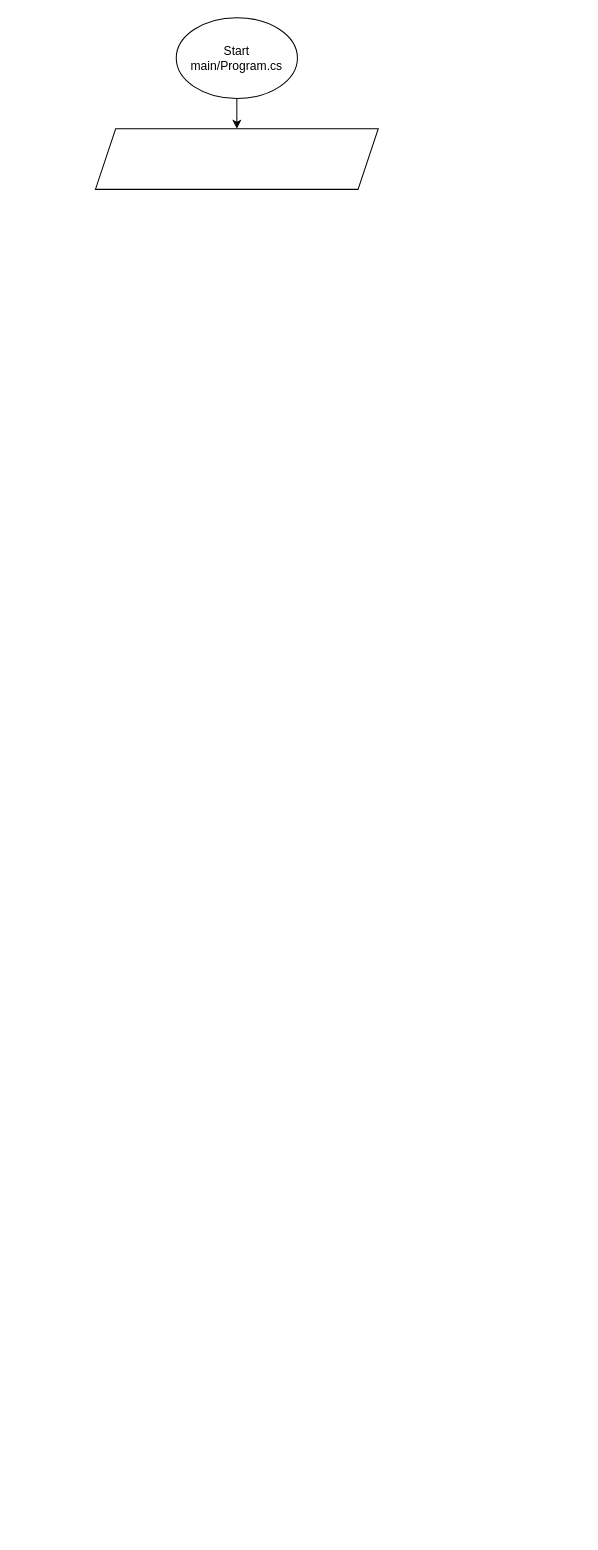
Above: Specialization_IyuninVA.drawio in iyuninva/Specialization_IyuninVA (draw.io), before the change. Source tidied: cells renumbered, new cells numbered last; positions are measured from the earlier drawing's top-left corner, leaving out a move shared by most shapes. Both pictures are drawn from the tidied source at 101%, with x=0, y=0 at pixel (95, 17).
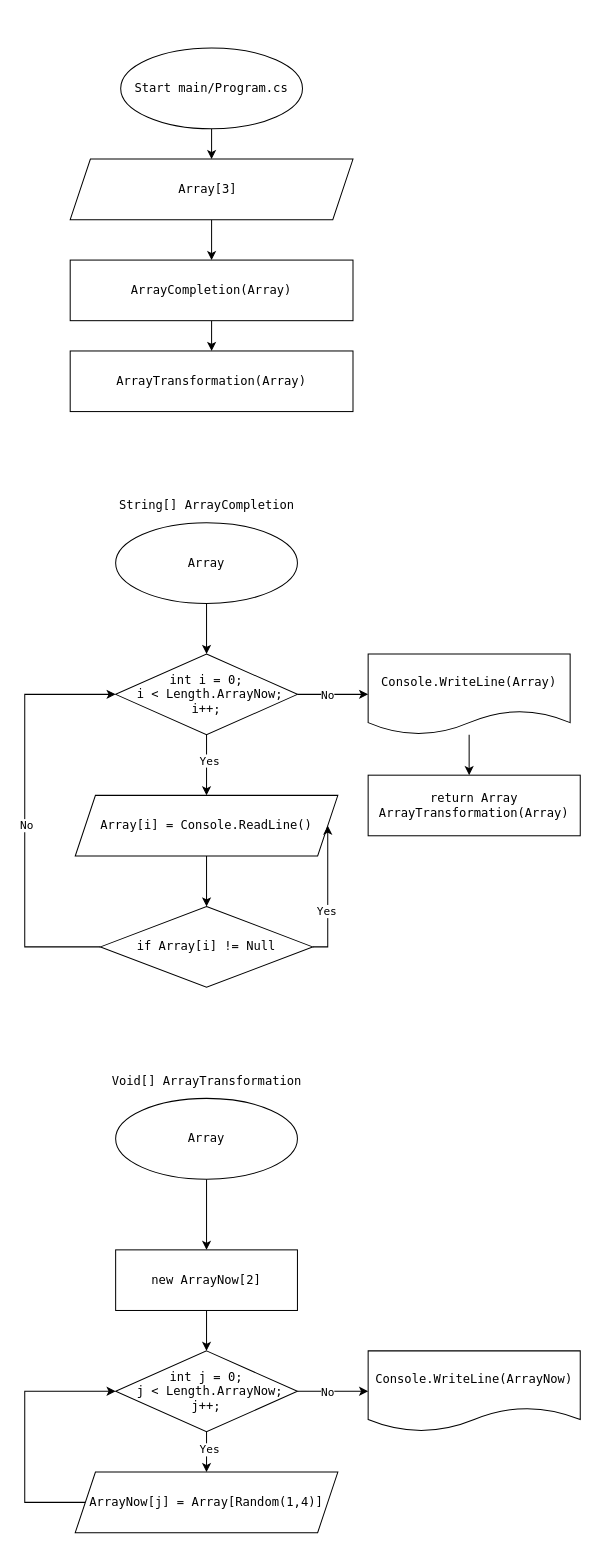
After the change.

Change to the diagram source:
```diff
@@
+    <mxCell id="5" style="edgeStyle=orthogonalEdgeStyle;rounded=0;jettySize=auto;html=1;entryX=0.5;entryY=0;entryDx=0;entryDy=0;fontFamily=Lucida Console;fontStyle=0;" parent="1" edge="1" source="2" target="20">
+      <mxGeometry relative="1" as="geometry" />
+    </mxCell>
-    <mxCell id="2" style="shape=parallelogram;perimeter=parallelogramPerimeter;whiteSpace=wrap;html=1;fixedSize=1;" parent="1" vertex="1">
-      <mxGeometry y="110" width="280" height="60" as="geometry" />
+    <mxCell id="2" value="Array[3]&amp;nbsp;" style="shape=parallelogram;perimeter=parallelogramPerimeter;whiteSpace=wrap;html=1;fixedSize=1;fontFamily=Lucida Console;fontStyle=0;" parent="1" vertex="1">
+      <mxGeometry x="-25" y="140" width="280" height="60" as="geometry" />
     </mxCell>
-    <mxCell id="3" style="edgeStyle=orthogonalEdgeStyle;rounded=0;jettySize=auto;html=1;entryX=0.5;entryY=0;entryDx=0;entryDy=0;" parent="1" edge="1" source="4" target="2">
+    <mxCell id="3" style="edgeStyle=orthogonalEdgeStyle;rounded=0;jettySize=auto;html=1;entryX=0.5;entryY=0;entryDx=0;entryDy=0;fontFamily=Lucida Console;fontStyle=1;" parent="1" edge="1" source="4" target="2">
       <mxGeometry relative="1" as="geometry" />
     </mxCell>
-    <mxCell id="4" value="Start main/Program.cs" style="ellipse;whiteSpace=wrap;html=1;" parent="1" vertex="1">
-      <mxGeometry x="80" width="120" height="80" as="geometry" />
+    <mxCell id="4" value="Start main/Program.cs" style="ellipse;whiteSpace=wrap;html=1;fontFamily=Lucida Console;fontStyle=0;" parent="1" vertex="1">
+      <mxGeometry x="25" y="30" width="180" height="80" as="geometry" />
     </mxCell>
+    <mxCell id="6" style="edgeStyle=orthogonalEdgeStyle;rounded=0;jettySize=auto;html=1;fontFamily=Lucida Console;entryX=0.5;entryY=0;entryDx=0;entryDy=0;" parent="1" edge="1" source="10" target="14">
+      <mxGeometry relative="1" as="geometry" />
+    </mxCell>
+    <mxCell id="7" value="Yes" style="edgeLabel;html=1;align=center;verticalAlign=middle;fontFamily=Lucida Console;" parent="6" vertex="1">
+      <mxGeometry x="-0.17" y="2" relative="1" as="geometry" />
+    </mxCell>
+    <mxCell id="8" style="edgeStyle=orthogonalEdgeStyle;rounded=0;jettySize=auto;html=1;fontFamily=Lucida Console;entryX=0;entryY=0.5;entryDx=0;entryDy=0;" parent="1" edge="1" source="10" target="16">
+      <mxGeometry relative="1" as="geometry" />
+    </mxCell>
+    <mxCell id="9" value="No" style="edgeLabel;html=1;align=center;verticalAlign=middle;fontFamily=Lucida Console;" parent="8" vertex="1">
+      <mxGeometry x="-0.18" relative="1" as="geometry" />
+    </mxCell>
+    <mxCell id="10" value="int i = 0;&lt;br&gt;&amp;nbsp;i &amp;lt; Length.ArrayNow;&lt;br&gt;i++;" style="rhombus;whiteSpace=wrap;html=1;fontFamily=Lucida Console;" parent="1" vertex="1">
+      <mxGeometry x="20" y="630" width="180" height="80" as="geometry" />
+    </mxCell>
+    <mxCell id="11" style="edgeStyle=orthogonalEdgeStyle;rounded=0;jettySize=auto;html=1;entryX=0.5;entryY=0;entryDx=0;entryDy=0;fontFamily=Lucida Console;" parent="1" edge="1" source="12" target="10">
+      <mxGeometry relative="1" as="geometry" />
+    </mxCell>
+    <mxCell id="12" value="Array" style="ellipse;whiteSpace=wrap;html=1;fontFamily=Lucida Console;" parent="1" vertex="1">
+      <mxGeometry x="20" y="500" width="180" height="80" as="geometry" />
+    </mxCell>
+    <mxCell id="13" style="edgeStyle=orthogonalEdgeStyle;rounded=0;jettySize=auto;html=1;entryX=0.5;entryY=0;entryDx=0;entryDy=0;fontFamily=Lucida Console;" parent="1" edge="1" source="14" target="39">
+      <mxGeometry relative="1" as="geometry" />
+    </mxCell>
+    <mxCell id="14" value="Array[i] = Console.ReadLine()" style="shape=parallelogram;perimeter=parallelogramPerimeter;whiteSpace=wrap;html=1;fixedSize=1;fontFamily=Lucida Console;" parent="1" vertex="1">
+      <mxGeometry x="-20" y="770" width="260" height="60" as="geometry" />
+    </mxCell>
+    <mxCell id="15" style="edgeStyle=orthogonalEdgeStyle;rounded=0;jettySize=auto;html=1;fontFamily=Lucida Console;" parent="1" edge="1" source="16">
+      <mxGeometry relative="1" as="geometry">
+        <mxPoint x="370" y="750" as="targetPoint" />
+      </mxGeometry>
+    </mxCell>
+    <mxCell id="16" value="Console.WriteLine(Array)" style="shape=document;whiteSpace=wrap;html=1;boundedLbl=1;fontFamily=Lucida Console;" parent="1" vertex="1">
+      <mxGeometry x="270" y="630" width="200" height="80" as="geometry" />
+    </mxCell>
+    <mxCell id="17" value="String[]&amp;nbsp;ArrayCompletion&lt;br&gt;&amp;nbsp;" style="text;html=1;align=center;verticalAlign=middle;strokeColor=none;fillColor=none;fontFamily=Lucida Console;" parent="1" vertex="1">
+      <mxGeometry x="10" y="470" width="200" height="40" as="geometry" />
+    </mxCell>
+    <mxCell id="18" value="return Array&lt;br&gt;ArrayTransformation(Array)" style="rounded=0;whiteSpace=wrap;html=1;fontFamily=Lucida Console;" parent="1" vertex="1">
+      <mxGeometry x="270" y="750" width="210" height="60" as="geometry" />
+    </mxCell>
+    <mxCell id="19" style="edgeStyle=orthogonalEdgeStyle;rounded=0;jettySize=auto;html=1;fontFamily=Lucida Console;" parent="1" edge="1" source="20" target="32">
+      <mxGeometry relative="1" as="geometry" />
+    </mxCell>
+    <mxCell id="20" value="ArrayCompletion(Array)" style="rounded=0;whiteSpace=wrap;html=1;fontFamily=Lucida Console;fontStyle=0;" parent="1" vertex="1">
+      <mxGeometry x="-25" y="240" width="280" height="60" as="geometry" />
+    </mxCell>
+    <mxCell id="21" style="edgeStyle=orthogonalEdgeStyle;rounded=0;jettySize=auto;html=1;fontFamily=Lucida Console;entryX=0.5;entryY=0;entryDx=0;entryDy=0;" parent="1" edge="1" source="25" target="29">
+      <mxGeometry relative="1" as="geometry" />
+    </mxCell>
+    <mxCell id="22" value="Yes" style="edgeLabel;html=1;align=center;verticalAlign=middle;fontFamily=Lucida Console;" parent="21" vertex="1">
+      <mxGeometry x="-0.17" y="2" relative="1" as="geometry" />
+    </mxCell>
+    <mxCell id="23" style="edgeStyle=orthogonalEdgeStyle;rounded=0;jettySize=auto;html=1;fontFamily=Lucida Console;entryX=0;entryY=0.5;entryDx=0;entryDy=0;" parent="1" edge="1" source="25" target="30">
+      <mxGeometry relative="1" as="geometry" />
+    </mxCell>
+    <mxCell id="24" value="No" style="edgeLabel;html=1;align=center;verticalAlign=middle;fontFamily=Lucida Console;" parent="23" vertex="1">
+      <mxGeometry x="-0.18" relative="1" as="geometry" />
+    </mxCell>
+    <mxCell id="25" value="int j = 0;&lt;br&gt;&amp;nbsp;j &amp;lt; Length.ArrayNow;&lt;br&gt;j++;" style="rhombus;whiteSpace=wrap;html=1;fontFamily=Lucida Console;" parent="1" vertex="1">
+      <mxGeometry x="20" y="1320" width="180" height="80" as="geometry" />
+    </mxCell>
+    <mxCell id="26" style="edgeStyle=orthogonalEdgeStyle;rounded=0;jettySize=auto;html=1;entryX=0.5;entryY=0;entryDx=0;entryDy=0;fontFamily=Lucida Console;" parent="1" edge="1" source="27" target="34">
+      <mxGeometry relative="1" as="geometry" />
+    </mxCell>
+    <mxCell id="27" value="Array" style="ellipse;whiteSpace=wrap;html=1;fontFamily=Lucida Console;" parent="1" vertex="1">
+      <mxGeometry x="20" y="1070" width="180" height="80" as="geometry" />
+    </mxCell>
+    <mxCell id="28" style="edgeStyle=orthogonalEdgeStyle;rounded=0;jettySize=auto;html=1;fontFamily=Lucida Console;entryX=0;entryY=0.5;entryDx=0;entryDy=0;" parent="1" edge="1" source="29" target="25">
+      <mxGeometry relative="1" as="geometry">
+        <Array as="points">
+          <mxPoint x="-70" y="1470" />
+          <mxPoint x="-70" y="1360" />
+        </Array>
+      </mxGeometry>
+    </mxCell>
+    <mxCell id="29" value="ArrayNow[j] = Array[Random(1,4)]" style="shape=parallelogram;perimeter=parallelogramPerimeter;whiteSpace=wrap;html=1;fixedSize=1;fontFamily=Lucida Console;" parent="1" vertex="1">
+      <mxGeometry x="-20" y="1440" width="260" height="60" as="geometry" />
+    </mxCell>
+    <mxCell id="30" value="Console.WriteLine(ArrayNow)" style="shape=document;whiteSpace=wrap;html=1;boundedLbl=1;fontFamily=Lucida Console;" parent="1" vertex="1">
+      <mxGeometry x="270" y="1320" width="210" height="80" as="geometry" />
+    </mxCell>
+    <mxCell id="31" value="Void[]&amp;nbsp;ArrayTransformation&lt;br&gt;&amp;nbsp;" style="text;html=1;align=center;verticalAlign=middle;strokeColor=none;fillColor=none;fontFamily=Lucida Console;" parent="1" vertex="1">
+      <mxGeometry x="5" y="1040" width="210" height="40" as="geometry" />
+    </mxCell>
+    <mxCell id="32" value="ArrayTransformation(Array)" style="rounded=0;whiteSpace=wrap;html=1;fontFamily=Lucida Console;fontStyle=0;" parent="1" vertex="1">
+      <mxGeometry x="-25" y="330" width="280" height="60" as="geometry" />
+    </mxCell>
+    <mxCell id="33" style="edgeStyle=orthogonalEdgeStyle;rounded=0;jettySize=auto;html=1;entryX=0.5;entryY=0;entryDx=0;entryDy=0;fontFamily=Lucida Console;" parent="1" edge="1" source="34" target="25">
+      <mxGeometry relative="1" as="geometry" />
+    </mxCell>
+    <mxCell id="34" value="new ArrayNow[2]" style="rounded=0;whiteSpace=wrap;html=1;fontFamily=Lucida Console;" parent="1" vertex="1">
+      <mxGeometry x="20" y="1220" width="180" height="60" as="geometry" />
+    </mxCell>
+    <mxCell id="35" style="edgeStyle=orthogonalEdgeStyle;rounded=0;jettySize=auto;html=1;entryX=0;entryY=0.5;entryDx=0;entryDy=0;fontFamily=Lucida Console;" parent="1" edge="1" source="39" target="10">
+      <mxGeometry relative="1" as="geometry">
+        <Array as="points">
+          <mxPoint x="-70" y="920" />
+          <mxPoint x="-70" y="670" />
+        </Array>
+      </mxGeometry>
+    </mxCell>
+    <mxCell id="36" value="No" style="edgeLabel;html=1;align=center;verticalAlign=middle;fontFamily=Lucida Console;" parent="35" vertex="1">
+      <mxGeometry x="-0.25" y="-1" relative="1" as="geometry">
+        <mxPoint y="-40" as="offset" />
+      </mxGeometry>
+    </mxCell>
+    <mxCell id="37" style="edgeStyle=orthogonalEdgeStyle;rounded=0;jettySize=auto;html=1;entryX=1;entryY=0.5;entryDx=0;entryDy=0;fontFamily=Lucida Console;" parent="1" edge="1" source="39" target="14">
+      <mxGeometry relative="1" as="geometry">
+        <Array as="points">
+          <mxPoint x="230" y="920" />
+        </Array>
+      </mxGeometry>
+    </mxCell>
+    <mxCell id="38" value="Yes" style="edgeLabel;html=1;align=center;verticalAlign=middle;fontFamily=Lucida Console;" parent="37" vertex="1">
+      <mxGeometry x="-0.24" y="2" relative="1" as="geometry" />
+    </mxCell>
+    <mxCell id="39" value="if Array[i] != Null" style="rhombus;whiteSpace=wrap;html=1;fontFamily=Lucida Console;" parent="1" vertex="1">
+      <mxGeometry x="5" y="880" width="210" height="80" as="geometry" />
+    </mxCell>
```
